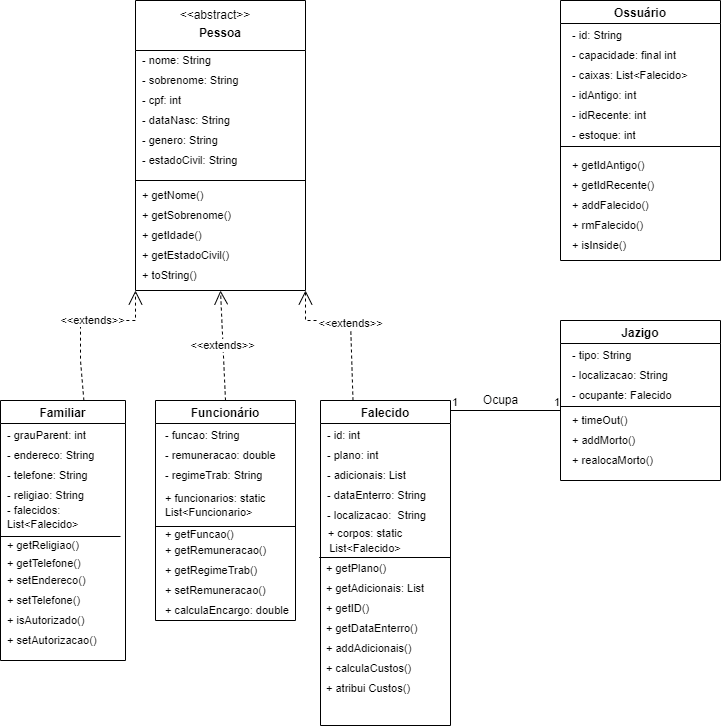
The draw.io diagram Diagrama_cemiterio.png in cemiterioPOO/Cemiterio, before a commit. Source tidied: cells renumbered, new cells last; positions are measured from the earlier drawing's top-left corner, leaving out a move shared by most shapes.
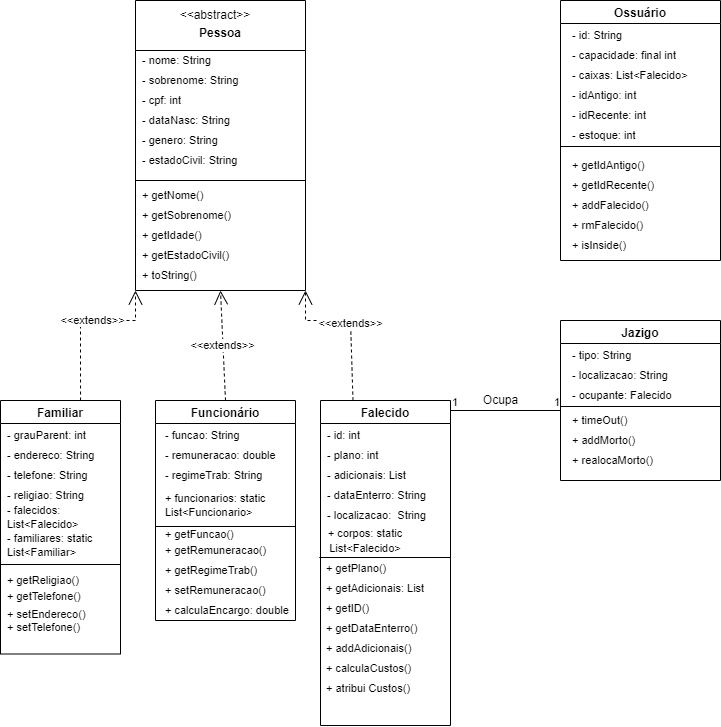
Later version of the same file.

Diff of the diagram source:
```diff
@@ -72,7 +72,7 @@
       <mxGeometry x="10" y="120" width="90" height="40" as="geometry" />
     </mxCell>
     <mxCell id="24" value="Familiar" style="swimlane;" parent="1" vertex="1">
-      <mxGeometry y="400" width="125" height="260" as="geometry" />
+      <mxGeometry y="400" width="120" height="253.5" as="geometry" />
     </mxCell>
     <mxCell id="25" value="- grauParent: int" style="text;html=1;strokeColor=none;fillColor=none;align=left;verticalAlign=middle;whiteSpace=wrap;rounded=0;fontSize=11;" parent="24" vertex="1">
       <mxGeometry x="5" y="20" width="110" height="30" as="geometry" />
@@ -87,29 +87,26 @@
       <mxGeometry x="5" y="80" width="110" height="30" as="geometry" />
     </mxCell>
     <mxCell id="29" style="line;strokeWidth=1;fillColor=none;align=left;verticalAlign=middle;spacingTop=-1;spacingLeft=3;spacingRight=3;labelPosition=right;fontSize=11;" parent="24" vertex="1">
-      <mxGeometry y="132" width="120" height="8" as="geometry" />
+      <mxGeometry y="160" width="120" height="8" as="geometry" />
     </mxCell>
-    <mxCell id="30" value="+ getReligiao()" style="text;html=1;strokeColor=none;fillColor=none;align=left;verticalAlign=middle;whiteSpace=wrap;rounded=0;fontSize=11;" parent="24" vertex="1">
-      <mxGeometry x="5" y="125" width="90" height="40" as="geometry" />
-    </mxCell>
     <mxCell id="31" value="+ getTelefone()" style="text;html=1;strokeColor=none;fillColor=none;align=left;verticalAlign=middle;whiteSpace=wrap;rounded=0;fontSize=11;" parent="24" vertex="1">
-      <mxGeometry x="5" y="145" width="90" height="35" as="geometry" />
+      <mxGeometry x="5" y="178.5" width="90" height="35" as="geometry" />
     </mxCell>
     <mxCell id="32" value="&lt;font style=&quot;font-size: 11px;&quot;&gt;+ setEndereco()&lt;/font&gt;" style="text;html=1;strokeColor=none;fillColor=none;align=left;verticalAlign=middle;whiteSpace=wrap;rounded=0;" parent="24" vertex="1">
-      <mxGeometry x="5" y="160" width="120" height="40" as="geometry" />
+      <mxGeometry x="5" y="193.5" width="120" height="40" as="geometry" />
     </mxCell>
     <mxCell id="33" value="&lt;font style=&quot;font-size: 11px;&quot;&gt;+ setTelefone()&lt;/font&gt;" style="text;html=1;strokeColor=none;fillColor=none;align=left;verticalAlign=middle;whiteSpace=wrap;rounded=0;" parent="24" vertex="1">
-      <mxGeometry x="5" y="180" width="120" height="40" as="geometry" />
+      <mxGeometry x="5" y="200" width="120" height="53.5" as="geometry" />
     </mxCell>
     <mxCell id="34" value="&lt;span style=&quot;&quot;&gt;- falecidos: List&amp;lt;Falecido&amp;gt;&lt;/span&gt;" style="text;html=1;strokeColor=none;fillColor=none;align=left;verticalAlign=middle;whiteSpace=wrap;rounded=0;fontSize=11;" parent="24" vertex="1">
       <mxGeometry x="5" y="102" width="125" height="30" as="geometry" />
     </mxCell>
-    <mxCell id="35" value="&lt;font style=&quot;font-size: 11px;&quot;&gt;+ isAutorizado()&lt;/font&gt;" style="text;html=1;strokeColor=none;fillColor=none;align=left;verticalAlign=middle;whiteSpace=wrap;rounded=0;" parent="24" vertex="1">
-      <mxGeometry x="5" y="200" width="120" height="40" as="geometry" />
-    </mxCell>
-    <mxCell id="36" value="&lt;font style=&quot;font-size: 11px;&quot;&gt;+ setAutorizacao()&lt;/font&gt;" style="text;html=1;strokeColor=none;fillColor=none;align=left;verticalAlign=middle;whiteSpace=wrap;rounded=0;" parent="24" vertex="1">
-      <mxGeometry x="5" y="220" width="120" height="40" as="geometry" />
-    </mxCell>
+    <mxCell id="30" value="+ getReligiao()" style="text;html=1;strokeColor=none;fillColor=none;align=left;verticalAlign=middle;whiteSpace=wrap;rounded=0;fontSize=11;" parent="24" vertex="1">
+      <mxGeometry x="5" y="160" width="90" height="40" as="geometry" />
+    </mxCell>
+    <mxCell id="83" value="&lt;span style=&quot;&quot;&gt;- familiares: static List&amp;lt;Familiar&amp;gt;&lt;/span&gt;" style="text;html=1;strokeColor=none;fillColor=none;align=left;verticalAlign=middle;whiteSpace=wrap;rounded=0;fontSize=11;" parent="24" vertex="1">
+      <mxGeometry x="5" y="129.5" width="125" height="30" as="geometry" />
+    </mxCell>
     <mxCell id="37" value="Funcionário" style="swimlane;" parent="1" vertex="1">
       <mxGeometry x="155" y="400" width="140" height="220" as="geometry" />
     </mxCell>
```
